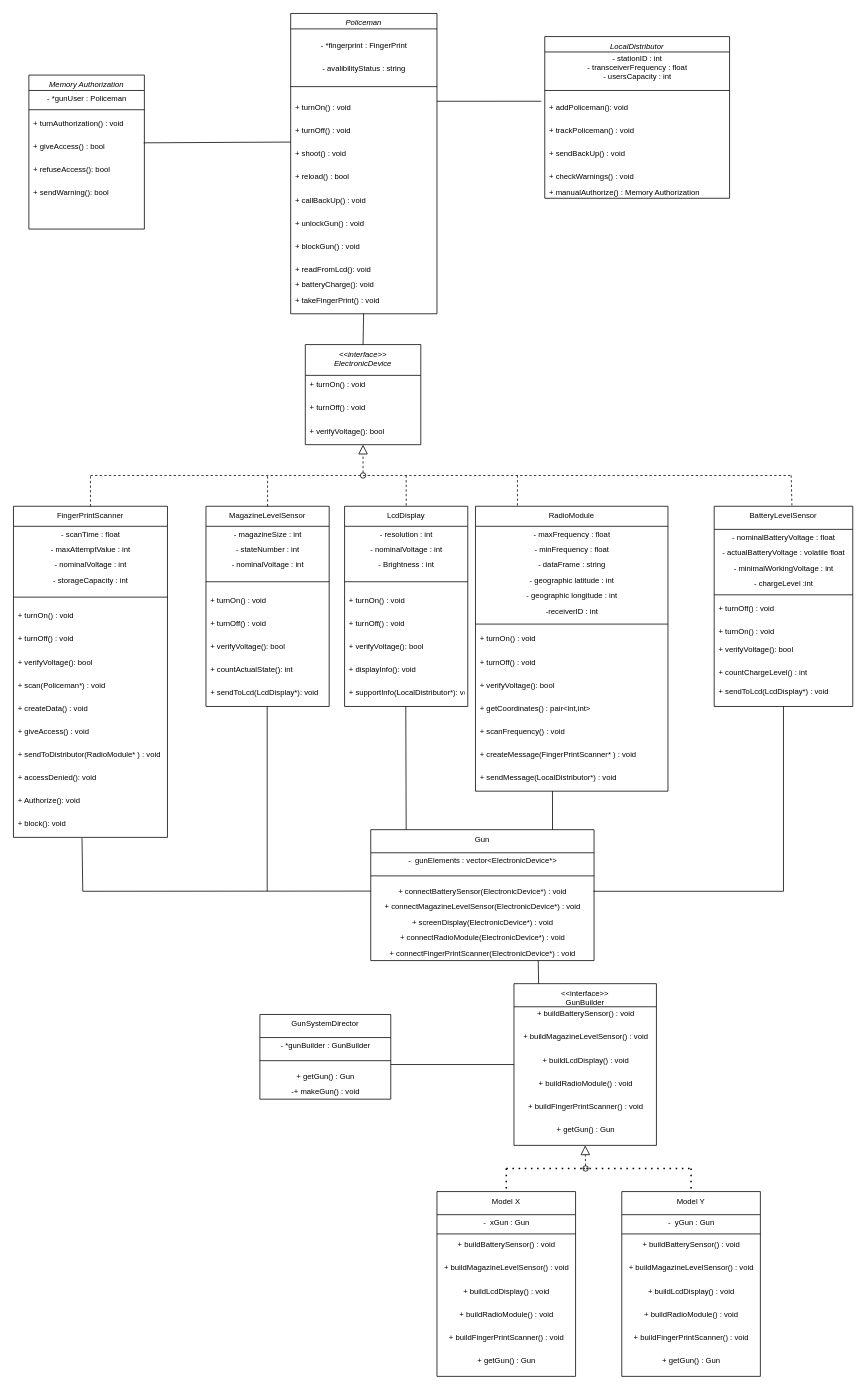
mardyr/UML-and-diagrams keeps this draw.io diagram as Untitled Diagram.drawio. Above is the earlier version. Source tidied: cells renumbered, new cells numbered last; positions are measured from the earlier drawing's top-left corner, leaving out a move shared by most shapes. Both pictures are drawn from the tidied source at 77%, with x=0, y=0 at pixel (13, 13).
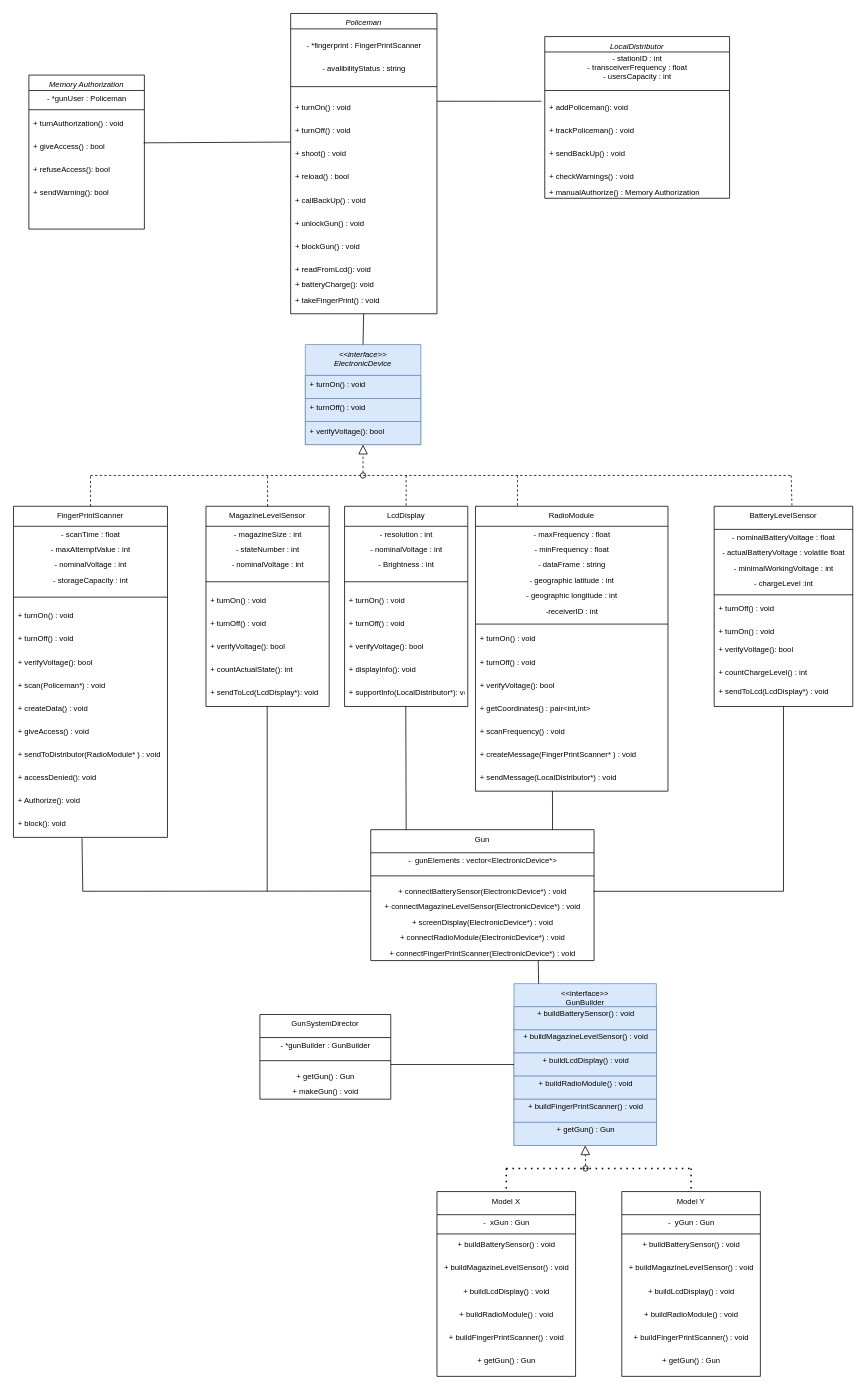
After the change.

The change refers to these unchanged cells:
```xml
<mxCell id="108" value="GunSystemDirector" style="swimlane;fontStyle=0;align=center;verticalAlign=top;horizontal=1;startSize=30;rounded=0;shadow=0;strokeWidth=1;fontSize=10;" parent="1" vertex="1">
  <mxGeometry x="320" y="1300" width="170" height="110" as="geometry" />
</mxCell>
<mxCell id="135" value="Policeman" style="swimlane;fontStyle=2;align=center;verticalAlign=top;horizontal=1;startSize=20;rounded=0;shadow=0;strokeWidth=1;fontSize=10;" parent="1" vertex="1">
  <mxGeometry x="360" width="190" height="390" as="geometry" />
</mxCell>
```

What changed in the source:
```diff
@@
-    <mxCell id="2" value="&lt;&lt;interface&gt;&gt;&#10;ElectronicDevice" style="swimlane;fontStyle=2;align=center;verticalAlign=top;horizontal=1;startSize=40;rounded=0;shadow=0;strokeWidth=1;fontSize=10;" parent="1" vertex="1">
+    <mxCell id="2" value="&lt;&lt;interface&gt;&gt;&#10;ElectronicDevice" style="swimlane;fontStyle=2;align=center;verticalAlign=top;horizontal=1;startSize=40;rounded=0;shadow=0;strokeWidth=1;fontSize=10;fillColor=#dae8fc;strokeColor=#6c8ebf;" parent="1" vertex="1">
       <mxGeometry x="379" y="430" width="150" height="130" as="geometry" />
     </mxCell>
-    <mxCell id="3" value="+ turnOn() : void&#10;" style="text;align=left;verticalAlign=top;spacingLeft=4;spacingRight=4;overflow=hidden;fontStyle=0;fontSize=10;" parent="2" vertex="1">
+    <mxCell id="3" value="+ turnOn() : void&#10;" style="text;align=left;verticalAlign=top;spacingLeft=4;spacingRight=4;overflow=hidden;fontStyle=0;fontSize=10;fillColor=#dae8fc;strokeColor=#6c8ebf;" parent="2" vertex="1">
       <mxGeometry y="40" width="150" height="30" as="geometry" />
     </mxCell>
-    <mxCell id="4" value="+ turnOff() : void&#10;" style="text;align=left;verticalAlign=top;spacingLeft=4;spacingRight=4;overflow=hidden;fontStyle=0;fontSize=10;" parent="2" vertex="1">
+    <mxCell id="4" value="+ turnOff() : void&#10;" style="text;align=left;verticalAlign=top;spacingLeft=4;spacingRight=4;overflow=hidden;fontStyle=0;fontSize=10;fillColor=#dae8fc;strokeColor=#6c8ebf;" parent="2" vertex="1">
       <mxGeometry y="70" width="150" height="30" as="geometry" />
     </mxCell>
-    <mxCell id="5" value="+ verifyVoltage(): bool&#10;" style="text;align=left;verticalAlign=top;spacingLeft=4;spacingRight=4;overflow=hidden;fontStyle=0;fontSize=10;" parent="2" vertex="1">
+    <mxCell id="5" value="+ verifyVoltage(): bool&#10;" style="text;align=left;verticalAlign=top;spacingLeft=4;spacingRight=4;overflow=hidden;fontStyle=0;fontSize=10;fillColor=#dae8fc;strokeColor=#6c8ebf;" parent="2" vertex="1">
       <mxGeometry y="100" width="150" height="30" as="geometry" />
     </mxCell>
@@
-    <mxCell id="83" value="&lt;&lt;interface&gt;&gt;&#10;GunBuilder&#10;" style="swimlane;fontStyle=0;align=center;verticalAlign=top;horizontal=1;startSize=30;rounded=0;shadow=0;strokeWidth=1;fontSize=10;" parent="1" vertex="1">
+    <mxCell id="83" value="&lt;&lt;interface&gt;&gt;&#10;GunBuilder&#10;" style="swimlane;fontStyle=0;align=center;verticalAlign=top;horizontal=1;startSize=30;rounded=0;shadow=0;strokeWidth=1;fontSize=10;fillColor=#dae8fc;strokeColor=#6c8ebf;" parent="1" vertex="1">
       <mxGeometry x="650" y="1260" width="185" height="210" as="geometry" />
     </mxCell>
-    <mxCell id="84" value="&lt;div&gt;+ buildBatterySensor() : void&lt;/div&gt;&lt;div&gt;&lt;br&gt;&lt;/div&gt;" style="text;html=1;align=center;verticalAlign=middle;fontSize=10;" parent="83" vertex="1">
+    <mxCell id="84" value="&lt;div&gt;+ buildBatterySensor() : void&lt;/div&gt;&lt;div&gt;&lt;br&gt;&lt;/div&gt;" style="text;html=1;align=center;verticalAlign=middle;fontSize=10;fillColor=#dae8fc;strokeColor=#6c8ebf;" parent="83" vertex="1">
       <mxGeometry y="30" width="185" height="30" as="geometry" />
     </mxCell>
-    <mxCell id="85" value="&lt;div&gt;+ buildMagazineLevelSensor() : void&lt;/div&gt;&lt;div&gt;&lt;br&gt;&lt;/div&gt;" style="text;html=1;align=center;verticalAlign=middle;fontSize=10;" parent="83" vertex="1">
+    <mxCell id="85" value="&lt;div&gt;+ buildMagazineLevelSensor() : void&lt;/div&gt;&lt;div&gt;&lt;br&gt;&lt;/div&gt;" style="text;html=1;align=center;verticalAlign=middle;fontSize=10;fillColor=#dae8fc;strokeColor=#6c8ebf;" parent="83" vertex="1">
       <mxGeometry y="60" width="185" height="30" as="geometry" />
     </mxCell>
-    <mxCell id="86" value="&lt;div&gt;+ buildLcdDisplay() : void&lt;/div&gt;&lt;div&gt;&lt;br&gt;&lt;/div&gt;" style="text;html=1;align=center;verticalAlign=middle;fontSize=10;" parent="83" vertex="1">
+    <mxCell id="86" value="&lt;div&gt;+ buildLcdDisplay() : void&lt;/div&gt;&lt;div&gt;&lt;br&gt;&lt;/div&gt;" style="text;html=1;align=center;verticalAlign=middle;fontSize=10;fillColor=#dae8fc;strokeColor=#6c8ebf;" parent="83" vertex="1">
       <mxGeometry y="90" width="185" height="30" as="geometry" />
     </mxCell>
-    <mxCell id="87" value="&lt;div&gt;+ buildRadioModule() : void&lt;/div&gt;&lt;div&gt;&lt;br&gt;&lt;/div&gt;" style="text;html=1;align=center;verticalAlign=middle;fontSize=10;" parent="83" vertex="1">
+    <mxCell id="87" value="&lt;div&gt;+ buildRadioModule() : void&lt;/div&gt;&lt;div&gt;&lt;br&gt;&lt;/div&gt;" style="text;html=1;align=center;verticalAlign=middle;fontSize=10;fillColor=#dae8fc;strokeColor=#6c8ebf;" parent="83" vertex="1">
       <mxGeometry y="120" width="185" height="30" as="geometry" />
     </mxCell>
-    <mxCell id="88" value="&lt;div&gt;+ buildFingerPrintScanner() : void&lt;/div&gt;&lt;div&gt;&lt;br&gt;&lt;/div&gt;" style="text;html=1;align=center;verticalAlign=middle;fontSize=10;" parent="83" vertex="1">
+    <mxCell id="88" value="&lt;div&gt;+ buildFingerPrintScanner() : void&lt;/div&gt;&lt;div&gt;&lt;br&gt;&lt;/div&gt;" style="text;html=1;align=center;verticalAlign=middle;fontSize=10;fillColor=#dae8fc;strokeColor=#6c8ebf;" parent="83" vertex="1">
       <mxGeometry y="150" width="185" height="30" as="geometry" />
     </mxCell>
-    <mxCell id="89" value="&lt;div&gt;+ getGun() : Gun&lt;br&gt;&lt;/div&gt;&lt;div&gt;&lt;br&gt;&lt;/div&gt;" style="text;html=1;align=center;verticalAlign=middle;fontSize=10;" parent="83" vertex="1">
+    <mxCell id="89" value="&lt;div&gt;+ getGun() : Gun&lt;br&gt;&lt;/div&gt;&lt;div&gt;&lt;br&gt;&lt;/div&gt;" style="text;html=1;align=center;verticalAlign=middle;fontSize=10;fillColor=#dae8fc;strokeColor=#6c8ebf;" parent="83" vertex="1">
       <mxGeometry y="180" width="185" height="30" as="geometry" />
     </mxCell>
@@
-    <mxCell id="112" value="-+ makeGun() : void" style="text;html=1;align=center;verticalAlign=middle;fontSize=10;" parent="108" vertex="1">
+    <mxCell id="112" value="+ makeGun() : void" style="text;html=1;align=center;verticalAlign=middle;fontSize=10;" parent="108" vertex="1">
       <mxGeometry y="90" width="170" height="20" as="geometry" />
     </mxCell>
@@
-    <mxCell id="136" value="&lt;div&gt;&lt;br&gt;&lt;/div&gt;&lt;div&gt;- *fingerprint : FingerPrint&lt;br&gt;&lt;/div&gt;" style="text;html=1;align=center;verticalAlign=middle;fontSize=10;" parent="135" vertex="1">
+    <mxCell id="136" value="&lt;div&gt;&lt;br&gt;&lt;/div&gt;&lt;div&gt;- *fingerprint : FingerPrintScanner&lt;br&gt;&lt;/div&gt;" style="text;html=1;align=center;verticalAlign=middle;fontSize=10;" parent="135" vertex="1">
       <mxGeometry y="20" width="190" height="30" as="geometry" />
     </mxCell>
```
